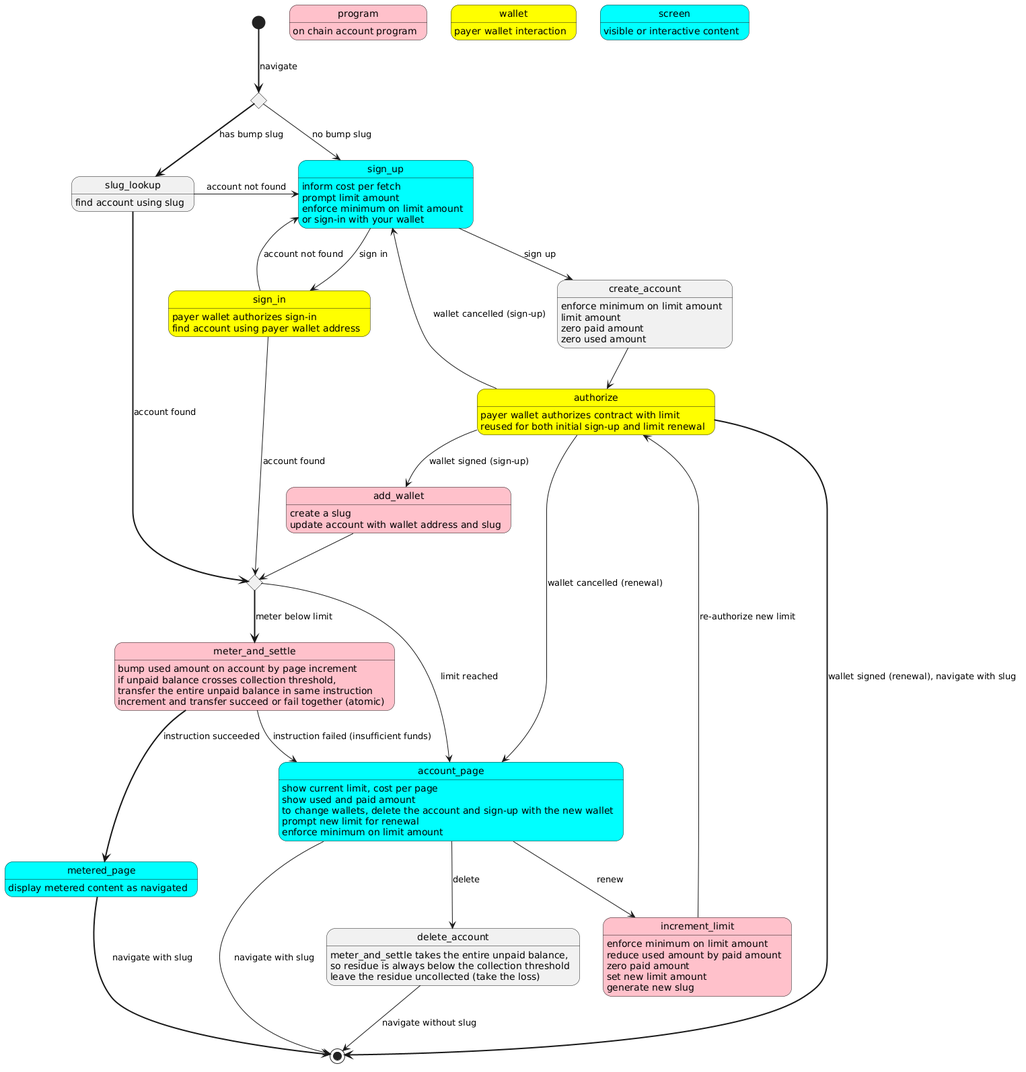
Earlier version of the PlantUML export state-machine.png (wbreeze/sol-pay).
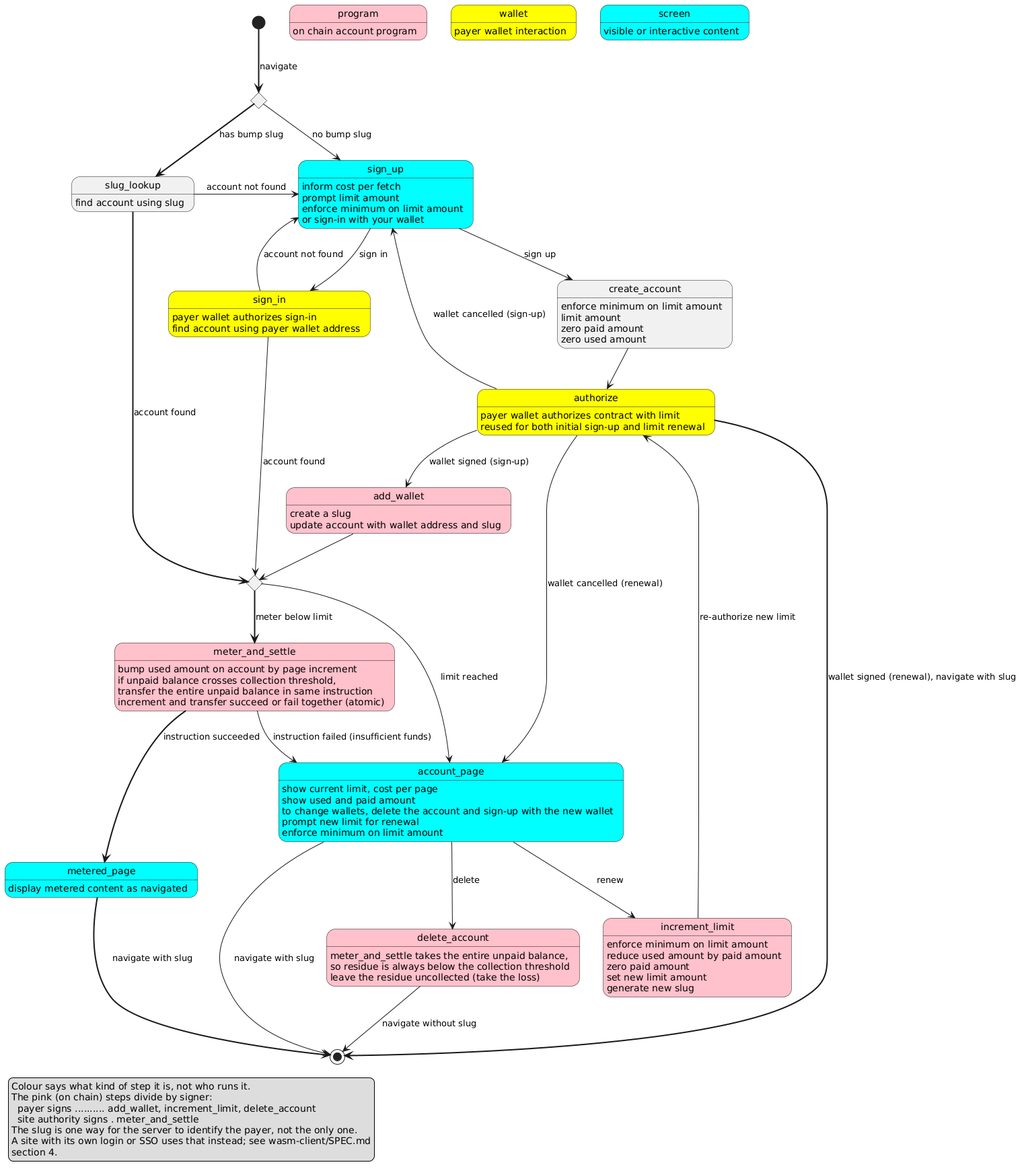
The same diagram one commit later.

Commit message:
Develop spec for integrator library contract boundary

Change to the diagram source:
```diff
@@ -21,7 +21,7 @@
 state account_page #cyan
 state metered_page #cyan
 state increment_limit #pink
-state delete_account
+state delete_account #pink
 
 [*] -[bold]-> bumpslugcheck : navigate
 bumpslugcheck --> sign_up : no bump slug
@@ -94,4 +94,14 @@
 delete_account : leave the residue uncollected (take the loss)
 delete_account --> [*] : navigate without slug
 
+legend left
+Colour says what kind of step it is, not who runs it.
+The pink (on chain) steps divide by signer:
+  payer signs .......... add_wallet, increment_limit, delete_account
+  site authority signs . meter_and_settle
+The slug is one way for the server to identify the payer, not the only one.
+A site with its own login or SSO uses that instead; see wasm-client/SPEC.md
+section 4.
+endlegend
+
 @enduml
```
